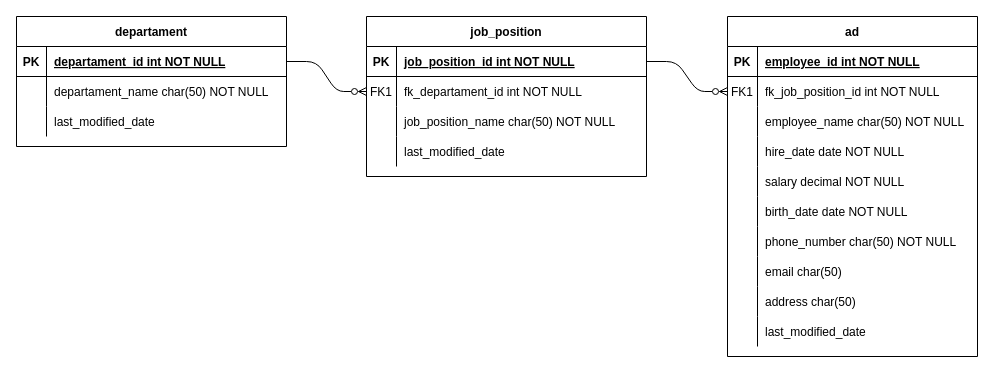
EPGHH/DataEngTestGlobalMVM keeps this draw.io diagram as p1_ingenieria_de_datos_cloud/desafio1/diagrama_ER_desafio1.drawio. Above is the earlier version. Source tidied: cells renumbered, new cells numbered last; positions are measured from the earlier drawing's top-left corner, leaving out a move shared by most shapes. Both pictures are drawn from the tidied source at 100%, with x=0, y=0 at pixel (16, 16).
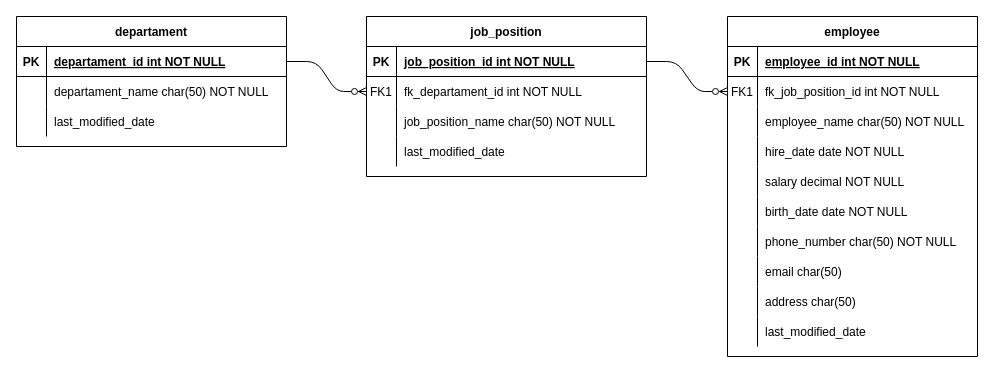
The same page after the edit.

Change to the diagram source:
```diff
@@
-    <mxCell id="17" value="ad" style="shape=table;startSize=30;childLayout=tableLayout;rowLines=0;fontStyle=1;align=center;" parent="1" vertex="1">
+    <mxCell id="17" value="employee" style="shape=table;startSize=30;childLayout=tableLayout;rowLines=0;fontStyle=1;align=center;" parent="1" vertex="1">
       <mxGeometry x="711" width="250" height="340" as="geometry" />
     </mxCell>
```
